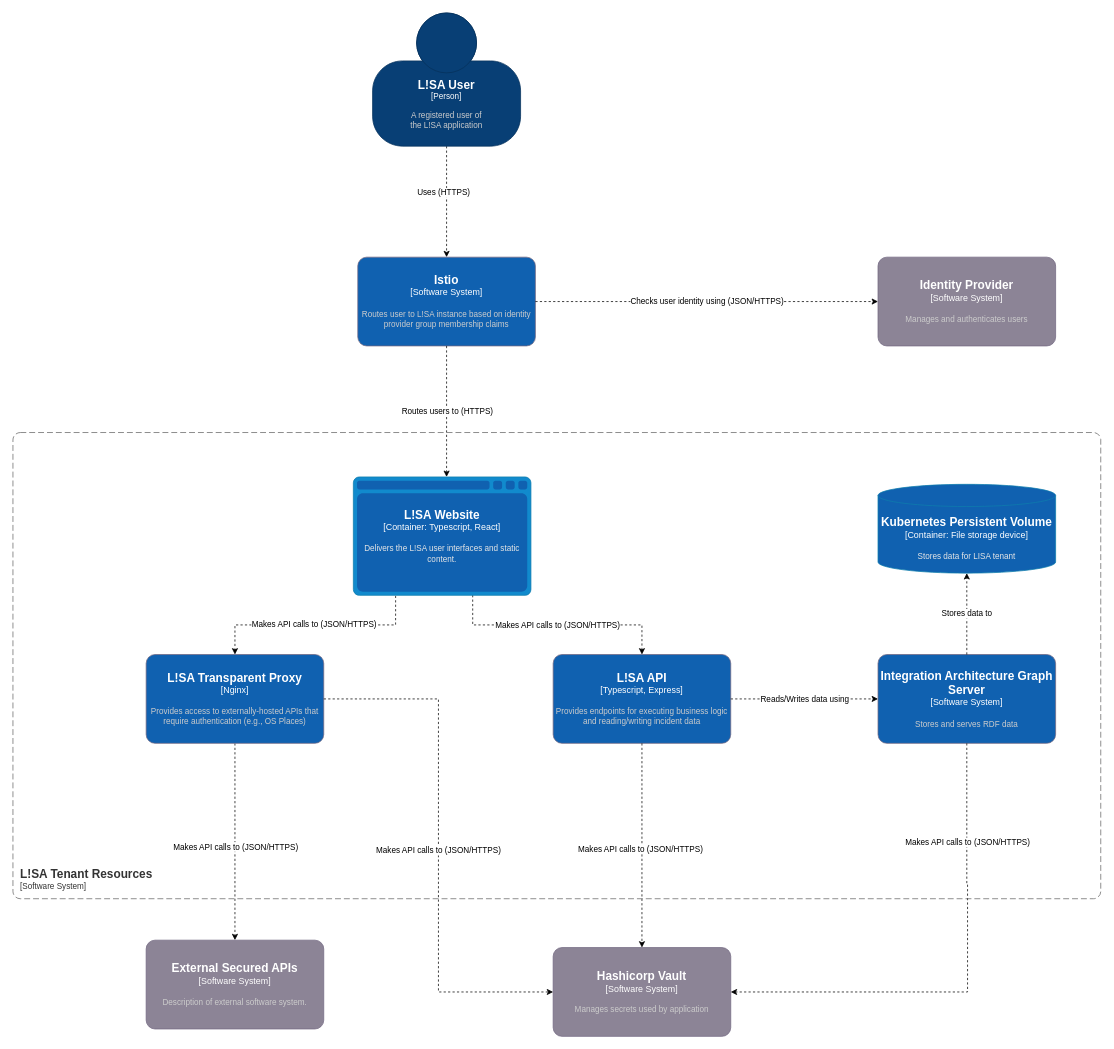
Before: page "Level 2" (2 of 2) of diagrams/c4/LISA C4.drawio in National-Digital-Twin/LISA, a draw.io diagram. Source tidied: cells renumbered, new cells numbered last; positions are measured from the earlier drawing's top-left corner, leaving out a move shared by most shapes. Both pictures are drawn from the tidied source at 74%, with x=0, y=0 at pixel (13, 13).
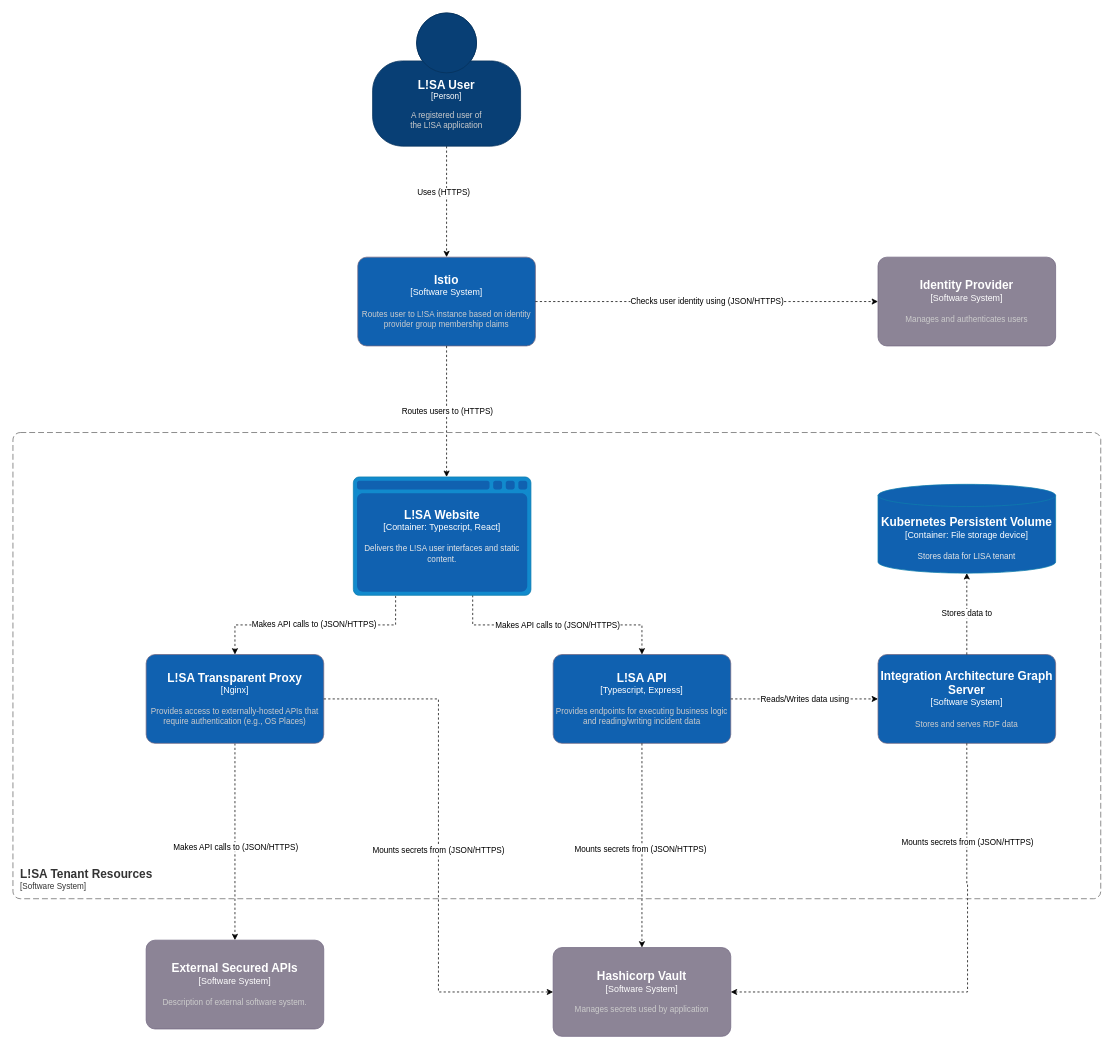
After the change.

Commit message (it also covers changes not shown here):
feature(DPAV-1055): clarify secrets mount in C4 model

Unchanged cells that the change refers to:
```xml
<object id="9" label="&lt;font style=&quot;font-size: 16px&quot;&gt;&lt;b&gt;%c4Name%&lt;/b&gt;&lt;/font&gt;&lt;div&gt;[%c4Type%]&lt;/div&gt;&lt;br&gt;&lt;div&gt;&lt;font style=&quot;font-size: 11px&quot;&gt;&lt;font color=&quot;#cccccc&quot;&gt;%c4Description%&lt;/font&gt;&lt;/div&gt;" c4Description="Provides access to externally-hosted APIs that require authentication (e.g., OS Places)" c4Name="L!SA Transparent Proxy" c4Type="Nginx" placeholders="1">
  <mxCell style="rounded=1;whiteSpace=wrap;html=1;labelBackgroundColor=none;fillColor=light-dark(#1061b0, #7e7787);fontColor=#ffffff;align=center;arcSize=10;strokeColor=#736782;points=[[0.25,0,0],[0.5,0,0],[0.75,0,0],[1,0.25,0],[1,0.5,0],[1,0.75,0],[0.75,1,0],[0.5,1,0],[0.25,1,0],[0,0.75,0],[0,0.5,0],[0,0.25,0]];" parent="1" vertex="1">
    <mxGeometry x="180" y="867" width="240" height="120" as="geometry" />
  </mxCell>
</object>
<object id="16" label="&lt;font style=&quot;font-size: 16px&quot;&gt;&lt;b&gt;%c4Name%&lt;/b&gt;&lt;/font&gt;&lt;div&gt;[%c4Type%]&lt;/div&gt;&lt;br&gt;&lt;div&gt;&lt;font style=&quot;font-size: 11px&quot;&gt;&lt;font color=&quot;#cccccc&quot;&gt;%c4Description%&lt;/font&gt;&lt;/div&gt;" c4Description="Manages secrets used by application" c4Name="Hashicorp Vault" c4Type="Software System" placeholders="1">
  <mxCell style="rounded=1;whiteSpace=wrap;html=1;labelBackgroundColor=none;fillColor=#8C8496;fontColor=#ffffff;align=center;arcSize=10;strokeColor=#736782;points=[[0.25,0,0],[0.5,0,0],[0.75,0,0],[1,0.25,0],[1,0.5,0],[1,0.75,0],[0.75,1,0],[0.5,1,0],[0.25,1,0],[0,0.75,0],[0,0.5,0],[0,0.25,0]];" parent="1" vertex="1">
    <mxGeometry x="730" y="1263" width="240" height="120" as="geometry" />
  </mxCell>
</object>
<mxCell id="22" style="edgeStyle=orthogonalEdgeStyle;rounded=0;jettySize=auto;html=1;entryX=0.5;entryY=0;entryDx=0;entryDy=0;entryPerimeter=0;dashed=1;exitX=0.5;exitY=1;exitDx=0;exitDy=0;exitPerimeter=0;" parent="1" edge="1" source="6" target="16">
  <mxGeometry relative="1" as="geometry" />
</mxCell>
<mxCell id="25" style="edgeStyle=orthogonalEdgeStyle;rounded=0;jettySize=auto;html=1;entryX=1;entryY=0.5;entryDx=0;entryDy=0;entryPerimeter=0;dashed=1;exitX=0.5;exitY=1;exitDx=0;exitDy=0;exitPerimeter=0;" parent="1" edge="1" source="13" target="16">
  <mxGeometry relative="1" as="geometry">
    <Array as="points">
      <mxPoint x="1290" y="1177" />
    </Array>
  </mxGeometry>
</mxCell>
```

What changed in the source:
```diff
@@
-    <mxCell id="23" value="Makes API calls to (JSON/HTTPS)" style="edgeLabel;html=1;align=center;verticalAlign=middle;" parent="22" vertex="1">
+    <mxCell id="23" value="Mounts secrets from (JSON/HTTPS)" style="edgeLabel;html=1;align=center;verticalAlign=middle;" parent="22" vertex="1">
       <mxGeometry x="0.03" y="-3" relative="1" as="geometry" />
     </mxCell>
-    <mxCell id="24" value="Makes API calls to (JSON/HTTPS)" style="edgeStyle=orthogonalEdgeStyle;rounded=0;jettySize=auto;html=1;entryX=0;entryY=0.5;entryDx=0;entryDy=0;entryPerimeter=0;dashed=1;" parent="1" edge="1" source="9" target="16">
+    <mxCell id="24" value="Mounts secrets from (JSON/HTTPS)" style="edgeStyle=orthogonalEdgeStyle;rounded=0;jettySize=auto;html=1;entryX=0;entryY=0.5;entryDx=0;entryDy=0;entryPerimeter=0;dashed=1;" parent="1" edge="1" source="9" target="16">
       <mxGeometry x="0.02" relative="1" as="geometry" />
     </mxCell>
@@
-    <mxCell id="26" value="Makes API calls to (JSON/HTTPS)" style="edgeLabel;html=1;align=center;verticalAlign=middle;" parent="25" vertex="1">
+    <mxCell id="26" value="Mounts secrets from (JSON/HTTPS)" style="edgeLabel;html=1;align=center;verticalAlign=middle;" parent="25" vertex="1">
       <mxGeometry x="-0.73" relative="1" as="geometry">
         <mxPoint y="44" as="offset" />
       </mxGeometry>
     </mxCell>
```
